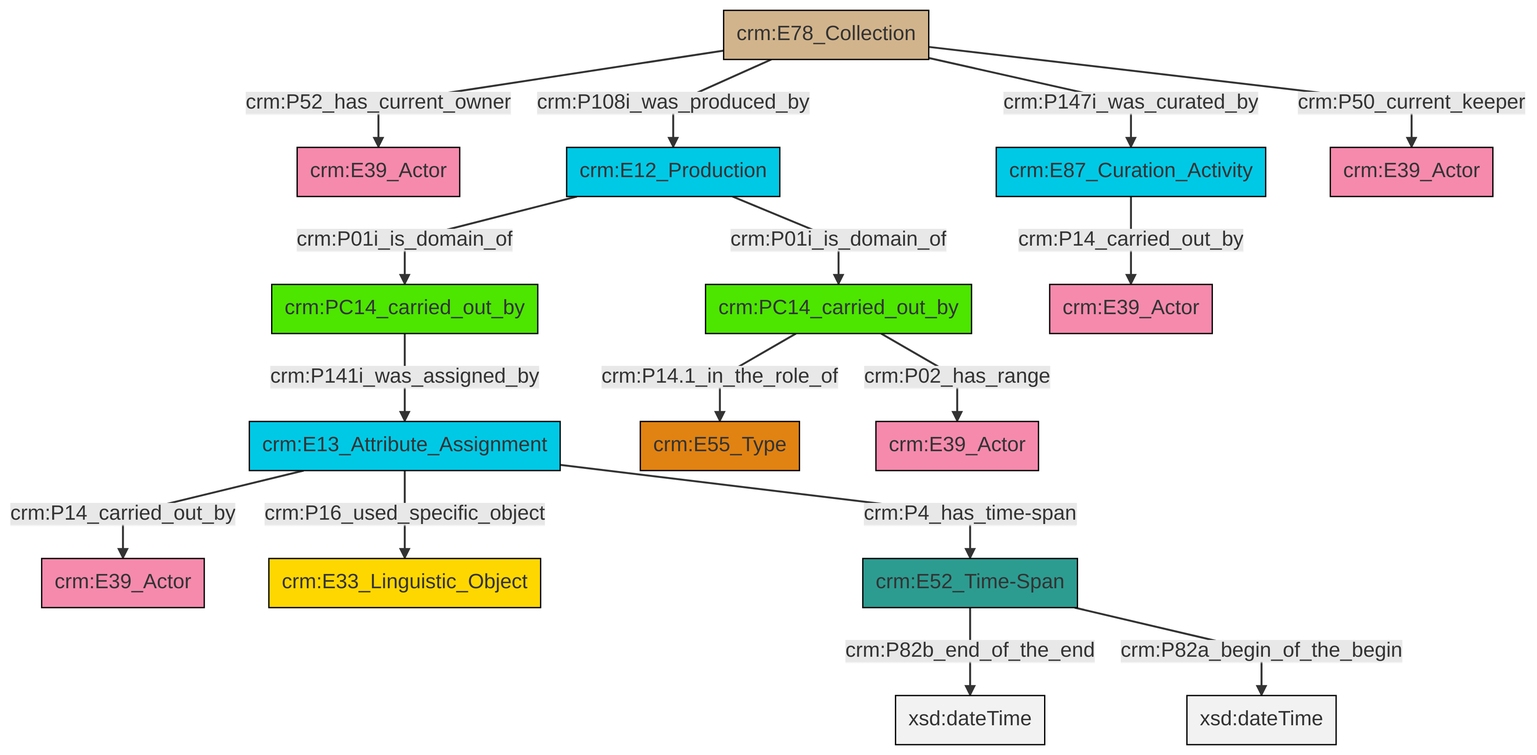
swiss-art-research-net/docs.swissartresearch keeps this Mermaid diagram as et/archivalCSV/ttl/mmd/png/archival_relation.png. Above is the earlier version. Its source is kept beside it as et/archivalCSV/ttl/mmd/archival_relation.ttl.mmd.
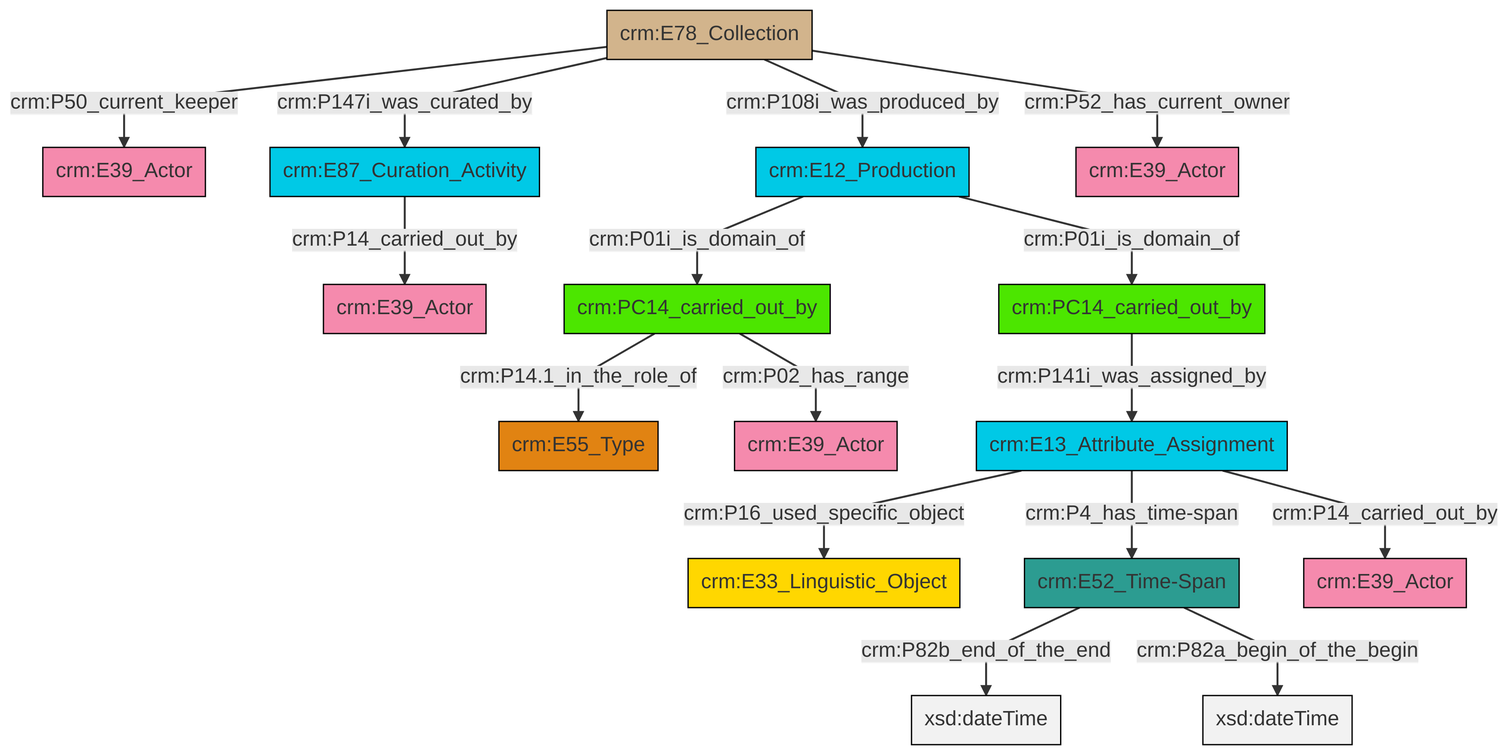
After the change.

Diff of the diagram source:
```diff
@@ -13,18 +13,18 @@
 classDef PC_Classes fill:#4ce600, stroke:#000000;
 classDef Multi fill:#cccccc,stroke:#000000;
 
-4["crm:E12_Production"]:::Temporal_Entity -->|crm:P01i_is_domain_of| 5["crm:PC14_carried_out_by"]:::PC_Classes
-6["crm:PC14_carried_out_by"]:::PC_Classes -->|crm:P141i_was_assigned_by| 7["crm:E13_Attribute_Assignment"]:::Temporal_Entity
-8["crm:E78_Collection"]:::Physical_Thing -->|crm:P52_has_current_owner| 0["crm:E39_Actor"]:::Actor
-7["crm:E13_Attribute_Assignment"]:::Temporal_Entity -->|crm:P14_carried_out_by| 10["crm:E39_Actor"]:::Actor
-7["crm:E13_Attribute_Assignment"]:::Temporal_Entity -->|crm:P16_used_specific_object| 11["crm:E33_Linguistic_Object"]:::Conceptual_Object
-13["crm:E52_Time-Span"]:::Time-Span -->|crm:P82b_end_of_the_end| 14[xsd:dateTime]:::Literal
-13["crm:E52_Time-Span"]:::Time-Span -->|crm:P82a_begin_of_the_begin| 16[xsd:dateTime]:::Literal
-7["crm:E13_Attribute_Assignment"]:::Temporal_Entity -->|crm:P4_has_time-span| 13["crm:E52_Time-Span"]:::Time-Span
-2["crm:E87_Curation_Activity"]:::Temporal_Entity -->|crm:P14_carried_out_by| 21["crm:E39_Actor"]:::Actor
-8["crm:E78_Collection"]:::Physical_Thing -->|crm:P50_current_keeper| 23["crm:E39_Actor"]:::Actor
-8["crm:E78_Collection"]:::Physical_Thing -->|crm:P108i_was_produced_by| 4["crm:E12_Production"]:::Temporal_Entity
-4["crm:E12_Production"]:::Temporal_Entity -->|crm:P01i_is_domain_of| 6["crm:PC14_carried_out_by"]:::PC_Classes
-8["crm:E78_Collection"]:::Physical_Thing -->|crm:P147i_was_curated_by| 2["crm:E87_Curation_Activity"]:::Temporal_Entity
-5["crm:PC14_carried_out_by"]:::PC_Classes -->|crm:P02_has_range| 26["crm:E39_Actor"]:::Actor
-5["crm:PC14_carried_out_by"]:::PC_Classes -->|crm:P14.1_in_the_role_of| 19["crm:E55_Type"]:::Type
+4["crm:E78_Collection"]:::Physical_Thing -->|crm:P50_current_keeper| 5["crm:E39_Actor"]:::Actor
+8["crm:E52_Time-Span"]:::Time-Span -->|crm:P82b_end_of_the_end| 9[xsd:dateTime]:::Literal
+10["crm:PC14_carried_out_by"]:::PC_Classes -->|crm:P02_has_range| 11["crm:E39_Actor"]:::Actor
+13["crm:PC14_carried_out_by"]:::PC_Classes -->|crm:P141i_was_assigned_by| 14["crm:E13_Attribute_Assignment"]:::Temporal_Entity
+15["crm:E12_Production"]:::Temporal_Entity -->|crm:P01i_is_domain_of| 10["crm:PC14_carried_out_by"]:::PC_Classes
+4["crm:E78_Collection"]:::Physical_Thing -->|crm:P147i_was_curated_by| 16["crm:E87_Curation_Activity"]:::Temporal_Entity
+16["crm:E87_Curation_Activity"]:::Temporal_Entity -->|crm:P14_carried_out_by| 2["crm:E39_Actor"]:::Actor
+15["crm:E12_Production"]:::Temporal_Entity -->|crm:P01i_is_domain_of| 13["crm:PC14_carried_out_by"]:::PC_Classes
+10["crm:PC14_carried_out_by"]:::PC_Classes -->|crm:P14.1_in_the_role_of| 6["crm:E55_Type"]:::Type
+4["crm:E78_Collection"]:::Physical_Thing -->|crm:P52_has_current_owner| 22["crm:E39_Actor"]:::Actor
+4["crm:E78_Collection"]:::Physical_Thing -->|crm:P108i_was_produced_by| 15["crm:E12_Production"]:::Temporal_Entity
+14["crm:E13_Attribute_Assignment"]:::Temporal_Entity -->|crm:P4_has_time-span| 8["crm:E52_Time-Span"]:::Time-Span
+14["crm:E13_Attribute_Assignment"]:::Temporal_Entity -->|crm:P14_carried_out_by| 25["crm:E39_Actor"]:::Actor
+14["crm:E13_Attribute_Assignment"]:::Temporal_Entity -->|crm:P16_used_specific_object| 0["crm:E33_Linguistic_Object"]:::Conceptual_Object
+8["crm:E52_Time-Span"]:::Time-Span -->|crm:P82a_begin_of_the_begin| 28[xsd:dateTime]:::Literal
```
